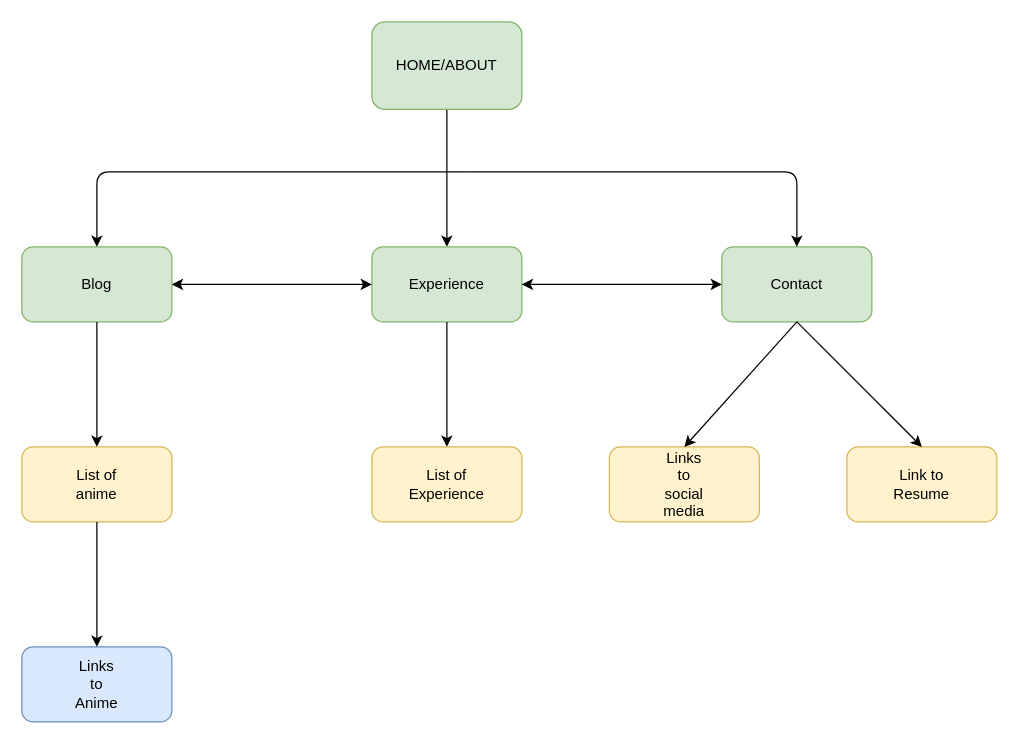
Earlier version of the draw.io diagram docs/Portfolio.drawio (MTayyebKhan/Portfolio). Source tidied: cells renumbered, new cells numbered last; positions are measured from the earlier drawing's top-left corner, leaving out a move shared by most shapes. Both pictures are drawn from the tidied source at 125%, with x=0, y=0 at pixel (21, 21).
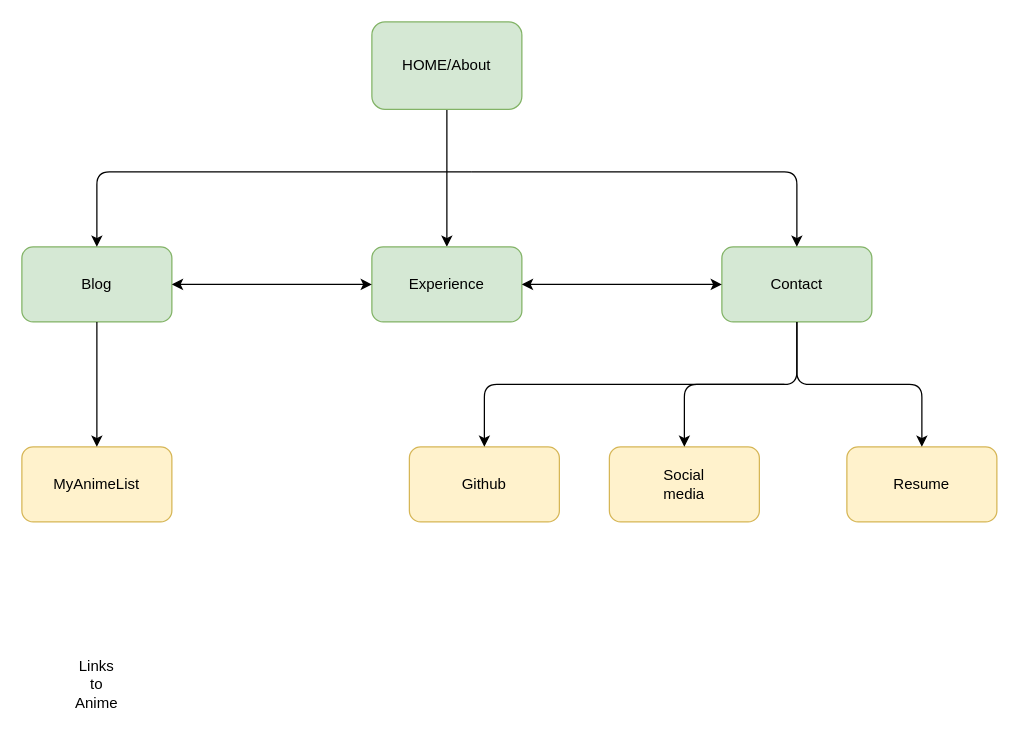
The same diagram, later.

Commit message (it also covers changes not shown here):
updated wireframe and sitemap

The change refers to these unchanged cells:
```xml
<mxCell id="4" style="rounded=1;whiteSpace=wrap;html=1;fillColor=#d5e8d4;strokeColor=#82b366;" parent="1" vertex="1">
  <mxGeometry y="180" width="120" height="60" as="geometry" />
</mxCell>
<mxCell id="5" style="rounded=1;whiteSpace=wrap;html=1;fillColor=#d5e8d4;strokeColor=#82b366;" parent="1" vertex="1">
  <mxGeometry x="280" y="180" width="120" height="60" as="geometry" />
</mxCell>
<mxCell id="6" style="rounded=1;whiteSpace=wrap;html=1;fillColor=#d5e8d4;strokeColor=#82b366;" parent="1" vertex="1">
  <mxGeometry x="560" y="180" width="120" height="60" as="geometry" />
</mxCell>
<mxCell id="15" style="rounded=1;whiteSpace=wrap;html=1;fillColor=#fff2cc;strokeColor=#d6b656;" parent="1" vertex="1">
  <mxGeometry x="470" y="340" width="120" height="60" as="geometry" />
</mxCell>
<mxCell id="16" style="rounded=1;whiteSpace=wrap;html=1;fillColor=#fff2cc;strokeColor=#d6b656;" parent="1" vertex="1">
  <mxGeometry x="660" y="340" width="120" height="60" as="geometry" />
</mxCell>
```

Diff of the diagram source:
```diff
@@
-    <mxCell id="7" value="HOME/ABOUT" style="text;html=1;strokeColor=none;fillColor=none;align=center;verticalAlign=middle;whiteSpace=wrap;rounded=0;" parent="1" vertex="1">
+    <mxCell id="7" value="HOME/About" style="text;html=1;strokeColor=none;fillColor=none;align=center;verticalAlign=middle;whiteSpace=wrap;rounded=0;" parent="1" vertex="1">
       <mxGeometry x="320" y="25" width="40" height="20" as="geometry" />
     </mxCell>
@@
-    <mxCell id="13" style="rounded=1;whiteSpace=wrap;html=1;fillColor=#fff2cc;strokeColor=#d6b656;" parent="1" vertex="1">
-      <mxGeometry y="340" width="120" height="60" as="geometry" />
-    </mxCell>
-    <mxCell id="14" style="rounded=1;whiteSpace=wrap;html=1;fillColor=#fff2cc;strokeColor=#d6b656;" parent="1" vertex="1">
-      <mxGeometry x="280" y="340" width="120" height="60" as="geometry" />
-    </mxCell>
@@
-    <mxCell id="17" style="rounded=1;whiteSpace=wrap;html=1;fillColor=#dae8fc;strokeColor=#6c8ebf;" parent="1" vertex="1">
-      <mxGeometry y="500" width="120" height="60" as="geometry" />
+    <mxCell id="17" value="MyAnimeList" style="rounded=1;whiteSpace=wrap;html=1;fillColor=#fff2cc;strokeColor=#d6b656;" parent="1" vertex="1">
+      <mxGeometry y="340" width="120" height="60" as="geometry" />
     </mxCell>
-    <mxCell id="18" style="endArrow=classic;html=1;exitX=0.5;exitY=1;exitDx=0;exitDy=0;" parent="1" edge="1" source="4" target="13">
-      <mxGeometry relative="1" as="geometry" />
+    <mxCell id="18" style="endArrow=classic;html=1;exitX=0.5;exitY=1;exitDx=0;exitDy=0;" parent="1" edge="1" source="4">
+      <mxGeometry relative="1" as="geometry">
+        <mxPoint x="60" y="340" as="targetPoint" />
+      </mxGeometry>
     </mxCell>
@@
-    <mxCell id="21" style="endArrow=classic;html=1;exitX=0.5;exitY=1;exitDx=0;exitDy=0;entryX=0.5;entryY=0;entryDx=0;entryDy=0;" parent="1" edge="1" source="5" target="14">
-      <mxGeometry relative="1" as="geometry" />
-    </mxCell>
     <mxCell id="22" style="endArrow=classic;html=1;exitX=0.5;exitY=1;exitDx=0;exitDy=0;entryX=0.5;entryY=0;entryDx=0;entryDy=0;" parent="1" edge="1" source="6" target="15">
-      <mxGeometry relative="1" as="geometry" />
+      <mxGeometry relative="1" as="geometry">
+        <Array as="points">
+          <mxPoint x="620" y="290" />
+          <mxPoint x="530" y="290" />
+        </Array>
+      </mxGeometry>
     </mxCell>
-    <mxCell id="23" style="endArrow=classic;html=1;exitX=0.5;exitY=1;exitDx=0;exitDy=0;entryX=0.5;entryY=0;entryDx=0;entryDy=0;" parent="1" edge="1" source="13" target="17">
-      <mxGeometry relative="1" as="geometry" />
-    </mxCell>
     <mxCell id="24" style="endArrow=classic;html=1;exitX=0.5;exitY=1;exitDx=0;exitDy=0;entryX=0.5;entryY=0;entryDx=0;entryDy=0;" parent="1" edge="1" source="6" target="16">
-      <mxGeometry relative="1" as="geometry" />
+      <mxGeometry relative="1" as="geometry">
+        <Array as="points">
+          <mxPoint x="620" y="290" />
+          <mxPoint x="720" y="290" />
+        </Array>
+      </mxGeometry>
     </mxCell>
-    <mxCell id="25" value="List of anime" style="text;html=1;strokeColor=none;fillColor=none;align=center;verticalAlign=middle;whiteSpace=wrap;rounded=0;" parent="1" vertex="1">
-      <mxGeometry x="40" y="360" width="40" height="20" as="geometry" />
-    </mxCell>
-    <mxCell id="26" value="List of Experience" style="text;html=1;strokeColor=none;fillColor=none;align=center;verticalAlign=middle;whiteSpace=wrap;rounded=0;" parent="1" vertex="1">
-      <mxGeometry x="320" y="360" width="40" height="20" as="geometry" />
-    </mxCell>
-    <mxCell id="27" value="Links to social media" style="text;html=1;strokeColor=none;fillColor=none;align=center;verticalAlign=middle;whiteSpace=wrap;rounded=0;" parent="1" vertex="1">
+    <mxCell id="27" value="Social media" style="text;html=1;strokeColor=none;fillColor=none;align=center;verticalAlign=middle;whiteSpace=wrap;rounded=0;" parent="1" vertex="1">
       <mxGeometry x="510" y="360" width="40" height="20" as="geometry" />
     </mxCell>
-    <mxCell id="28" value="Link to Resume" style="text;html=1;strokeColor=none;fillColor=none;align=center;verticalAlign=middle;whiteSpace=wrap;rounded=0;" parent="1" vertex="1">
+    <mxCell id="28" value="Resume" style="text;html=1;strokeColor=none;fillColor=none;align=center;verticalAlign=middle;whiteSpace=wrap;rounded=0;" parent="1" vertex="1">
       <mxGeometry x="700" y="360" width="40" height="20" as="geometry" />
     </mxCell>
@@
+    <mxCell id="30" style="rounded=1;whiteSpace=wrap;html=1;fillColor=#fff2cc;strokeColor=#d6b656;" parent="1" vertex="1">
+      <mxGeometry x="310" y="340" width="120" height="60" as="geometry" />
+    </mxCell>
+    <mxCell id="31" value="Github" style="text;html=1;strokeColor=none;fillColor=none;align=center;verticalAlign=middle;whiteSpace=wrap;rounded=0;" parent="1" vertex="1">
+      <mxGeometry x="350" y="360" width="40" height="20" as="geometry" />
+    </mxCell>
+    <mxCell id="32" style="endArrow=classic;html=1;entryX=0.5;entryY=0;entryDx=0;entryDy=0;" parent="1" edge="1" target="30">
+      <mxGeometry relative="1" as="geometry">
+        <mxPoint x="610" y="290" as="sourcePoint" />
+        <Array as="points">
+          <mxPoint x="370" y="290" />
+        </Array>
+      </mxGeometry>
+    </mxCell>
```
